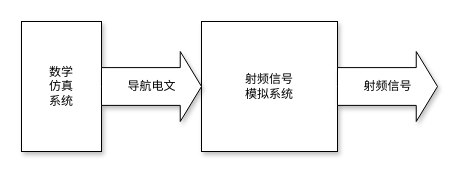
The draw.io diagram page "第 3 页" (3 of 3) of yanjiang.drawio in RunningManlt/bj18, before the edit. Source tidied: cells renumbered, new cells numbered last; positions are measured from the earlier drawing's top-left corner, leaving out a move shared by most shapes. Both pictures are drawn from the tidied source at 100%, with x=0, y=0 at pixel (21, 21).
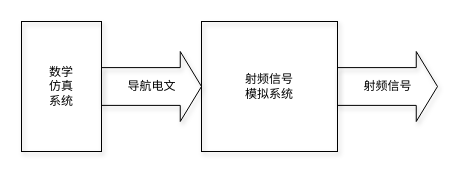
The same diagram, later.

The edit, as a diff of the source:
```diff
@@
 <mxGraphModel>
   <root>
     <mxCell id="0" />
     <mxCell id="1" parent="0" />
-    <mxCell id="2" value="数学&lt;br&gt;仿真&lt;br&gt;系统" style="rounded=0;whiteSpace=wrap;html=1;shadow=1;labelBackgroundColor=none;strokeColor=#000000;fontFamily=宋体;sketch=0;noLabel=0;" parent="1" vertex="1">
+    <mxCell id="2" value="数学&lt;br&gt;仿真&lt;br&gt;系统" style="rounded=0;whiteSpace=wrap;html=1;shadow=1;labelBackgroundColor=none;strokeColor=#000000;fontFamily=宋体;sketch=0;noLabel=0;fillColor=none;" parent="1" vertex="1">
       <mxGeometry width="80" height="130" as="geometry" />
     </mxCell>
-    <mxCell id="3" value="射频信号&lt;br&gt;模拟系统" style="rounded=0;whiteSpace=wrap;html=1;shadow=1;labelBackgroundColor=none;strokeColor=#000000;fontFamily=宋体;sketch=0;" parent="1" vertex="1">
+    <mxCell id="3" value="射频信号&lt;br&gt;模拟系统" style="rounded=0;whiteSpace=wrap;html=1;shadow=1;labelBackgroundColor=none;strokeColor=#000000;fontFamily=宋体;sketch=0;fillColor=none;" parent="1" vertex="1">
       <mxGeometry x="180" width="136" height="130" as="geometry" />
     </mxCell>
-    <mxCell id="4" value="导航电文" style="html=1;shadow=1;dashed=0;align=center;verticalAlign=middle;shape=mxgraph.arrows2.arrow;dy=0.46;dx=21.25;notch=0;labelBackgroundColor=none;sketch=0;strokeColor=#000000;fontFamily=宋体;" parent="1" vertex="1">
+    <mxCell id="4" value="导航电文" style="html=1;shadow=1;dashed=0;align=center;verticalAlign=middle;shape=mxgraph.arrows2.arrow;dy=0.46;dx=21.25;notch=0;labelBackgroundColor=none;sketch=0;strokeColor=#000000;fontFamily=宋体;fillColor=none;" parent="1" vertex="1">
       <mxGeometry x="80" y="30" width="100" height="70" as="geometry" />
     </mxCell>
-    <mxCell id="5" value="射频信号" style="html=1;shadow=1;dashed=0;align=center;verticalAlign=middle;shape=mxgraph.arrows2.arrow;dy=0.46;dx=21.25;notch=0;labelBackgroundColor=none;sketch=0;strokeColor=#000000;fontFamily=宋体;" parent="1" vertex="1">
+    <mxCell id="5" value="射频信号" style="html=1;shadow=1;dashed=0;align=center;verticalAlign=middle;shape=mxgraph.arrows2.arrow;dy=0.46;dx=21.25;notch=0;labelBackgroundColor=none;sketch=0;strokeColor=#000000;fontFamily=宋体;fillColor=none;" parent="1" vertex="1">
       <mxGeometry x="316" y="30" width="100" height="70" as="geometry" />
     </mxCell>
   </root>
 </mxGraphModel>
```
